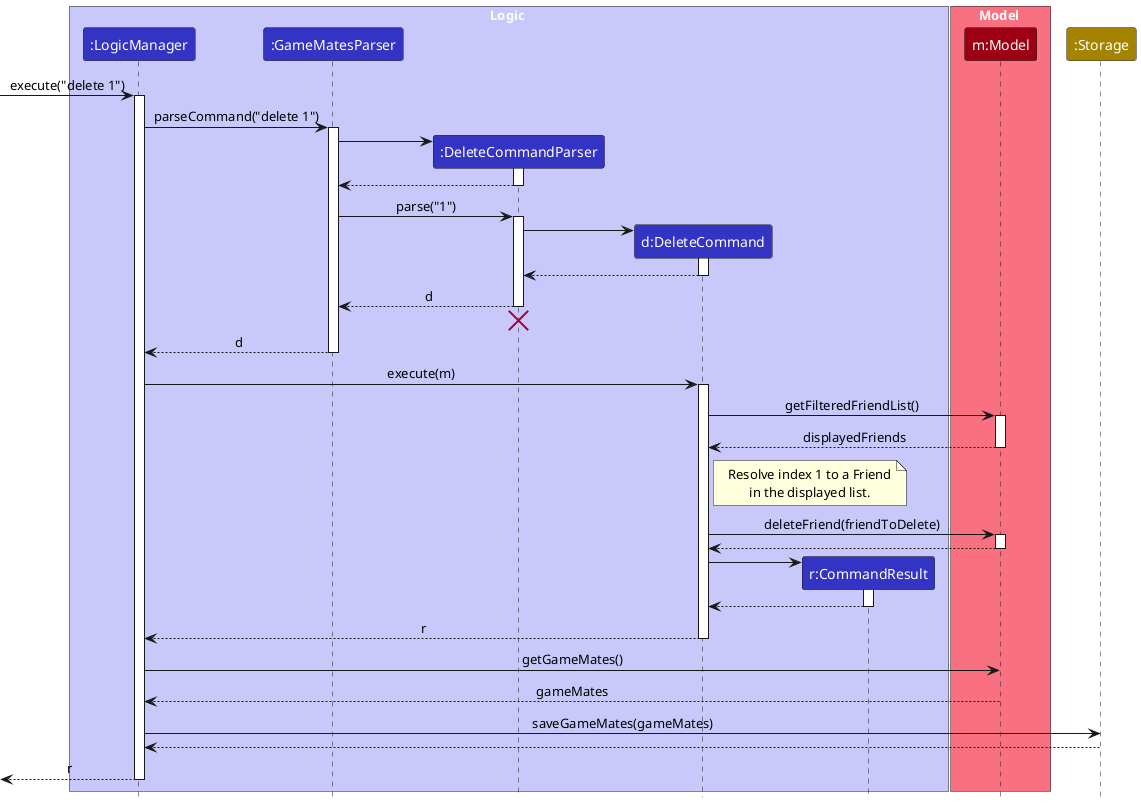
The PlantUML diagram images/DeleteSequenceDiagram.png in AY2627S1-CS2103T-W14-3/tp, before a commit.
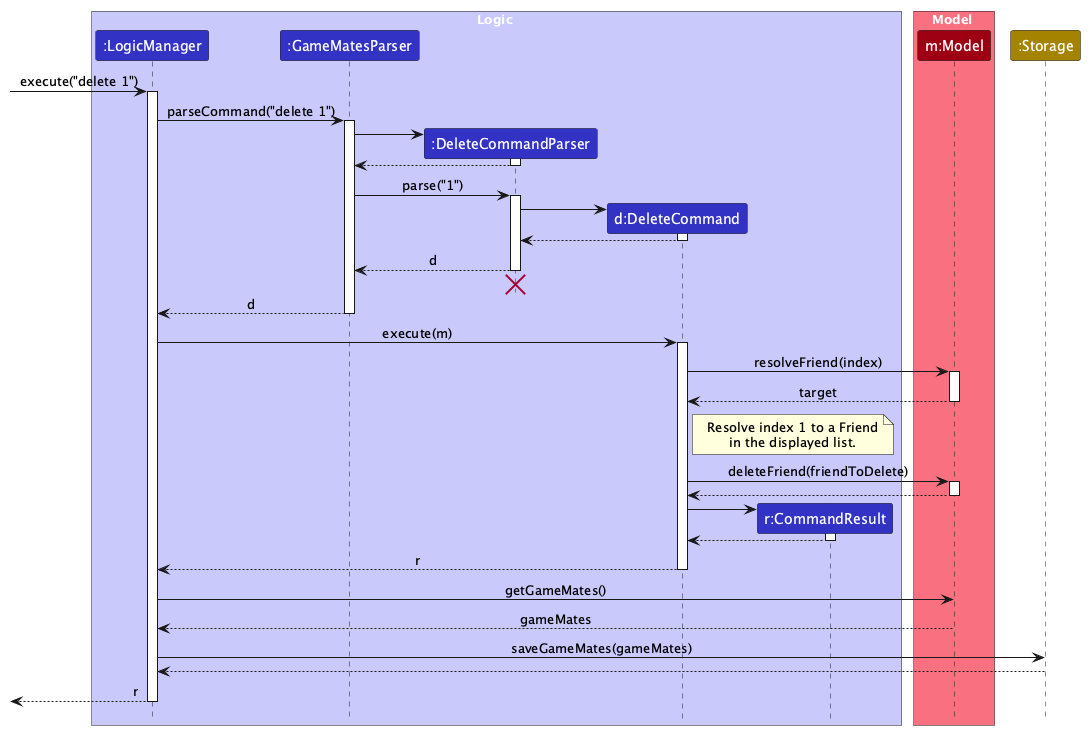
Later version of the same file.

Change to the diagram source:
```diff
@@ -50,9 +50,9 @@
 LogicManager -> DeleteCommand : execute(m)
 activate DeleteCommand
 
-DeleteCommand -> Model : getFilteredFriendList()
+DeleteCommand -> Model : resolveFriend(index)
 activate Model
-Model --> DeleteCommand : displayedFriends
+Model --> DeleteCommand : target
 deactivate Model
 note right of DeleteCommand: Resolve index 1 to a Friend\nin the displayed list.
 
```
